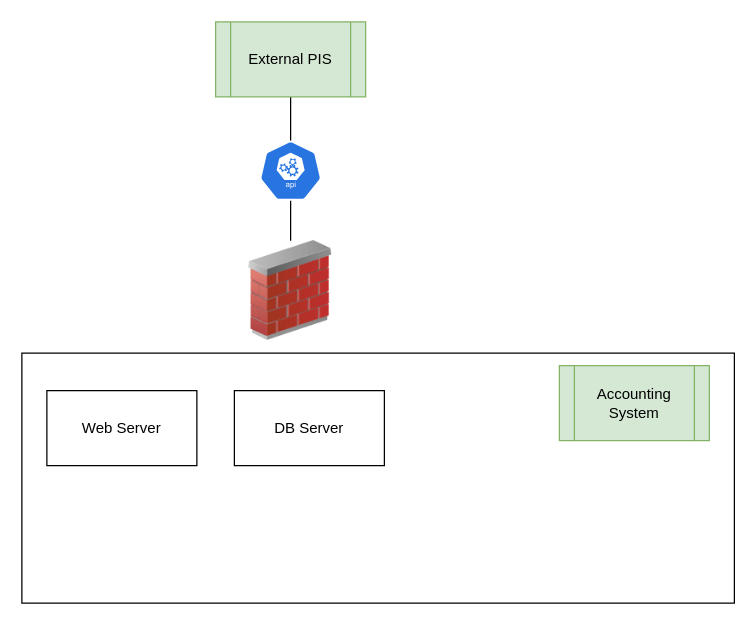
Above: deployDiagram.drawio in shpriya-bits/github-upload (draw.io), before the change. Source tidied: cells renumbered, new cells numbered last; positions are measured from the earlier drawing's top-left corner, leaving out a move shared by most shapes. Both pictures are drawn from the tidied source at 125%, with x=0, y=0 at pixel (21, 21).
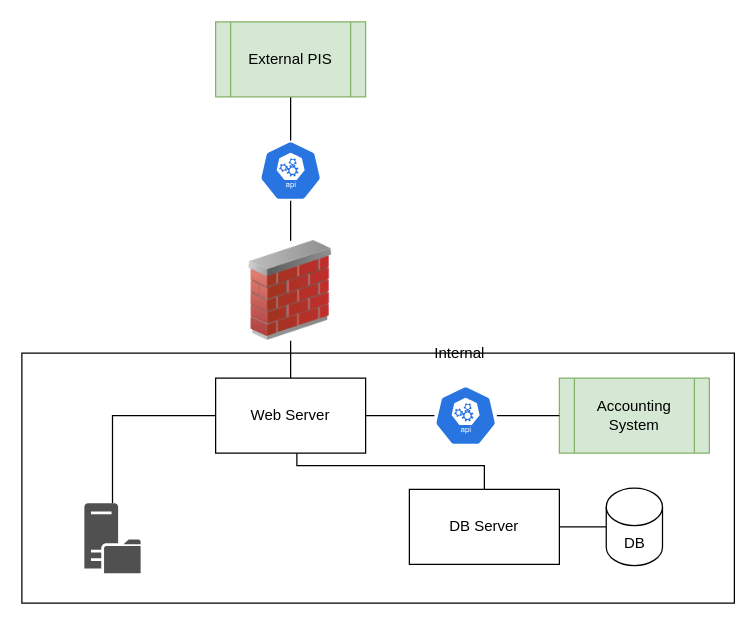
After the change.

Unchanged cells that the change refers to:
```xml
<mxCell id="6" style="image;html=1;image=img/lib/clip_art/networking/Firewall_02_128x128.png;" parent="1" vertex="1">
  <mxGeometry x="175" y="175" width="80" height="80" as="geometry" />
</mxCell>
```

Change to the diagram source:
```diff
@@
     <mxCell id="8" value="Accounting System" style="shape=process;whiteSpace=wrap;html=1;backgroundOutline=1;fillColor=#d5e8d4;strokeColor=#82b366;" parent="1" vertex="1">
-      <mxGeometry x="430" y="275" width="120" height="60" as="geometry" />
+      <mxGeometry x="430" y="285" width="120" height="60" as="geometry" />
     </mxCell>
+    <mxCell id="11" style="edgeStyle=orthogonalEdgeStyle;rounded=0;jettySize=auto;html=1;endArrow=none;endFill=0;" parent="1" edge="1" source="9" target="10">
+      <mxGeometry relative="1" as="geometry">
+        <Array as="points">
+          <mxPoint x="220" y="355" />
+          <mxPoint x="370" y="355" />
+        </Array>
+      </mxGeometry>
+    </mxCell>
+    <mxCell id="12" style="edgeStyle=orthogonalEdgeStyle;rounded=0;jettySize=auto;html=1;endArrow=none;endFill=0;" parent="1" edge="1" source="9" target="16">
+      <mxGeometry relative="1" as="geometry" />
+    </mxCell>
+    <mxCell id="13" style="edgeStyle=orthogonalEdgeStyle;rounded=0;jettySize=auto;html=1;endArrow=none;endFill=0;" parent="1" edge="1" source="9" target="20">
+      <mxGeometry relative="1" as="geometry" />
+    </mxCell>
     <mxCell id="9" value="Web Server" style="rounded=0;whiteSpace=wrap;html=1;" parent="1" vertex="1">
-      <mxGeometry x="20" y="295" width="120" height="60" as="geometry" />
+      <mxGeometry x="155" y="285" width="120" height="60" as="geometry" />
     </mxCell>
+    <mxCell id="14" style="edgeStyle=orthogonalEdgeStyle;rounded=0;jettySize=auto;html=1;endArrow=none;endFill=0;" parent="1" edge="1" source="10" target="17">
+      <mxGeometry relative="1" as="geometry" />
+    </mxCell>
     <mxCell id="10" value="DB Server" style="rounded=0;whiteSpace=wrap;html=1;" parent="1" vertex="1">
-      <mxGeometry x="170" y="295" width="120" height="60" as="geometry" />
+      <mxGeometry x="310" y="374" width="120" height="60" as="geometry" />
     </mxCell>
+    <mxCell id="15" value="Internal" style="text;html=1;align=center;verticalAlign=middle;" parent="1" vertex="1">
+      <mxGeometry x="320" y="255" width="60" height="20" as="geometry" />
+    </mxCell>
+    <mxCell id="16" style="shadow=0;dashed=0;html=1;strokeColor=none;fillColor=#505050;labelPosition=center;verticalLabelPosition=bottom;verticalAlign=top;outlineConnect=0;align=center;shape=mxgraph.office.servers.file_server;" parent="1" vertex="1">
+      <mxGeometry x="50" y="385" width="45" height="56" as="geometry" />
+    </mxCell>
+    <mxCell id="17" value="DB" style="shape=cylinder3;whiteSpace=wrap;html=1;boundedLbl=1;backgroundOutline=1;size=15;" parent="1" vertex="1">
+      <mxGeometry x="467.5" y="373" width="45" height="62" as="geometry" />
+    </mxCell>
+    <mxCell id="18" style="edgeStyle=orthogonalEdgeStyle;rounded=0;jettySize=auto;html=1;entryX=0.5;entryY=0;entryDx=0;entryDy=0;endArrow=none;endFill=0;" parent="1" edge="1" source="6" target="9">
+      <mxGeometry relative="1" as="geometry" />
+    </mxCell>
+    <mxCell id="19" style="edgeStyle=orthogonalEdgeStyle;rounded=0;jettySize=auto;html=1;endArrow=none;endFill=0;" parent="1" edge="1" source="20" target="8">
+      <mxGeometry relative="1" as="geometry" />
+    </mxCell>
+    <mxCell id="20" style="html=1;dashed=0;whitespace=wrap;fillColor=#2875E2;strokeColor=#ffffff;points=[[0.005,0.63,0],[0.1,0.2,0],[0.9,0.2,0],[0.5,0,0],[0.995,0.63,0],[0.72,0.99,0],[0.5,1,0],[0.28,0.99,0]];shape=mxgraph.kubernetes.icon;prIcon=api;" parent="1" vertex="1">
+      <mxGeometry x="330" y="291" width="50" height="48" as="geometry" />
+    </mxCell>
```
